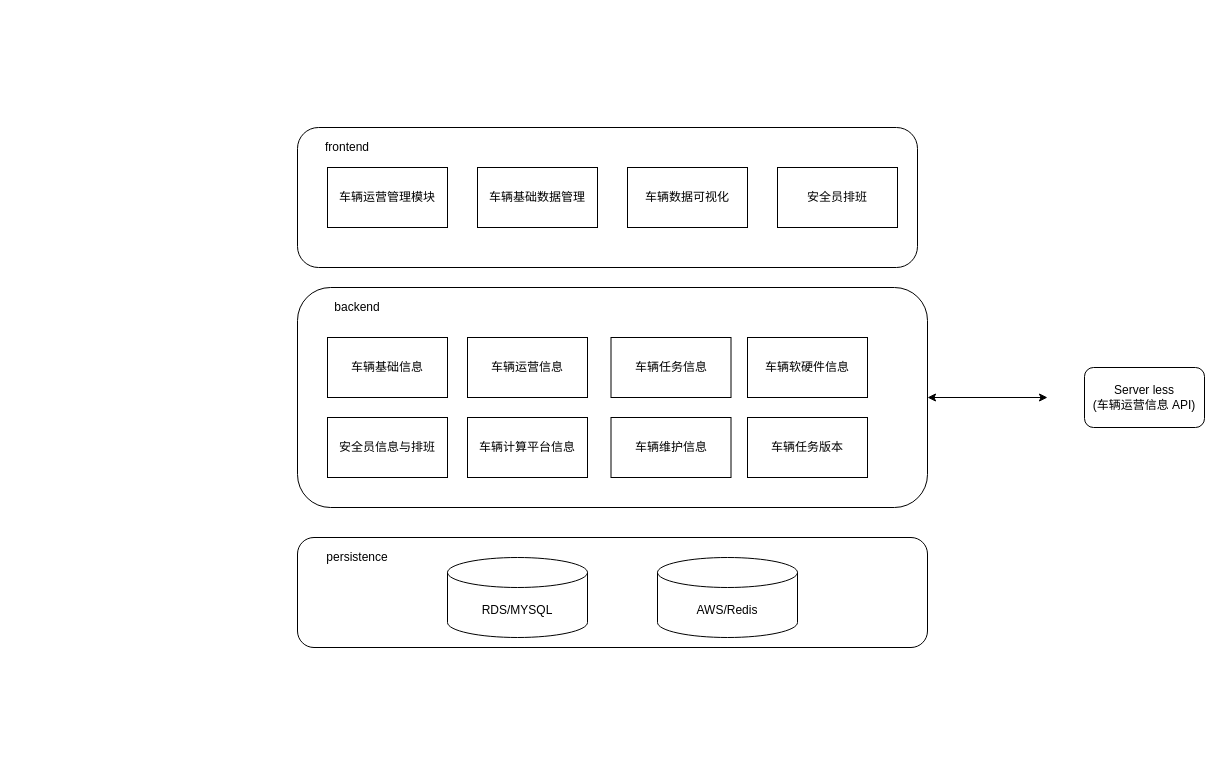
wurh/myDesignDoc keeps this draw.io diagram as 技术栈类型/ridercar_eks_demo.drawio. Above is the earlier version. Source tidied: cells renumbered, new cells numbered last; positions are measured from the earlier drawing's top-left corner, leaving out a move shared by most shapes. Both pictures are drawn from the tidied source at 100%, with x=0, y=0 at pixel (297, 127).
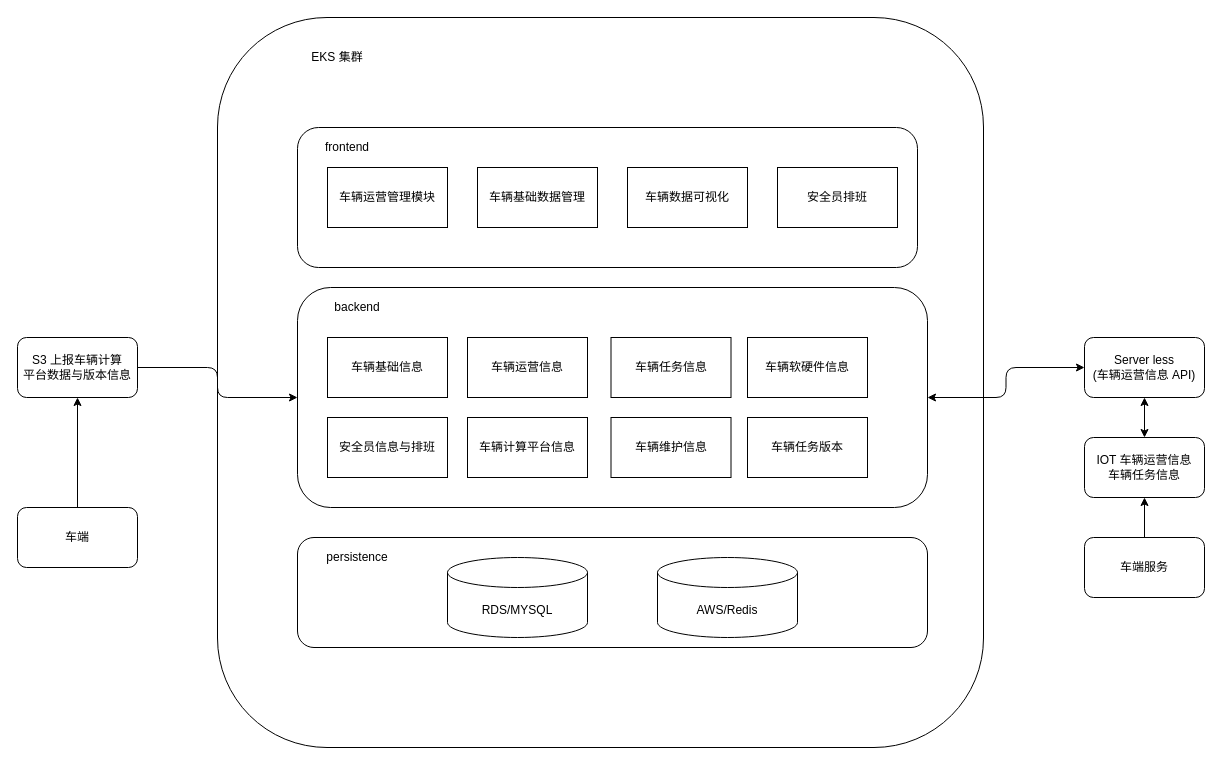
The same diagram, later.

The change refers to these unchanged cells:
```xml
<mxCell id="3" style="rounded=1;whiteSpace=wrap;html=1;" parent="1" vertex="1">
  <mxGeometry y="160" width="630" height="220" as="geometry" />
</mxCell>
```

Change to the diagram source:
```diff
@@
+    <mxCell id="24" style="rounded=1;whiteSpace=wrap;html=1;" parent="1" vertex="1">
+      <mxGeometry x="-80" y="-110" width="766" height="730" as="geometry" />
+    </mxCell>
@@
-    <mxCell id="18" style="endArrow=classic;startArrow=classic;html=1;" parent="1" edge="1" source="3">
-      <mxGeometry relative="1" as="geometry">
-        <mxPoint x="750" y="270" as="targetPoint" />
-      </mxGeometry>
+    <mxCell id="18" style="endArrow=classic;startArrow=classic;html=1;edgeStyle=orthogonalEdgeStyle;" parent="1" edge="1" source="3" target="19">
+      <mxGeometry relative="1" as="geometry" />
     </mxCell>
     <mxCell id="19" value="Server less&lt;br&gt;(车辆运营信息 API)" style="rounded=1;whiteSpace=wrap;html=1;" parent="1" vertex="1">
-      <mxGeometry x="787" y="240" width="120" height="60" as="geometry" />
+      <mxGeometry x="787" y="210" width="120" height="60" as="geometry" />
     </mxCell>
@@
+    <mxCell id="25" value="IOT 车辆运营信息&lt;br&gt;车辆任务信息" style="rounded=1;whiteSpace=wrap;html=1;" parent="1" vertex="1">
+      <mxGeometry x="787" y="310" width="120" height="60" as="geometry" />
+    </mxCell>
+    <mxCell id="26" style="endArrow=classic;startArrow=classic;html=1;entryX=0.5;entryY=1;entryDx=0;entryDy=0;exitX=0.5;exitY=0;exitDx=0;exitDy=0;" parent="1" edge="1" source="25" target="19">
+      <mxGeometry relative="1" as="geometry" />
+    </mxCell>
+    <mxCell id="27" style="edgeStyle=orthogonalEdgeStyle;rounded=0;jettySize=auto;html=1;" parent="1" edge="1" source="28" target="25">
+      <mxGeometry relative="1" as="geometry" />
+    </mxCell>
+    <mxCell id="28" value="车端服务" style="rounded=1;whiteSpace=wrap;html=1;" parent="1" vertex="1">
+      <mxGeometry x="787" y="410" width="120" height="60" as="geometry" />
+    </mxCell>
+    <mxCell id="29" style="edgeStyle=orthogonalEdgeStyle;rounded=0;jettySize=auto;html=1;" parent="1" edge="1" source="30" target="31">
+      <mxGeometry relative="1" as="geometry" />
+    </mxCell>
+    <mxCell id="30" value="车端" style="rounded=1;whiteSpace=wrap;html=1;" parent="1" vertex="1">
+      <mxGeometry x="-280" y="380" width="120" height="60" as="geometry" />
+    </mxCell>
+    <mxCell id="31" value="S3 上报车辆计算&lt;br&gt;平台数据与版本信息" style="rounded=1;whiteSpace=wrap;html=1;" parent="1" vertex="1">
+      <mxGeometry x="-280" y="210" width="120" height="60" as="geometry" />
+    </mxCell>
+    <mxCell id="32" style="endArrow=classic;html=1;exitX=1;exitY=0.5;exitDx=0;exitDy=0;entryX=0;entryY=0.5;entryDx=0;entryDy=0;edgeStyle=orthogonalEdgeStyle;" parent="1" edge="1" source="31" target="3">
+      <mxGeometry relative="1" as="geometry" />
+    </mxCell>
+    <mxCell id="33" value="EKS 集群" style="text;html=1;strokeColor=none;fillColor=none;align=center;verticalAlign=middle;whiteSpace=wrap;rounded=0;" parent="1" vertex="1">
+      <mxGeometry y="-80" width="80" height="20" as="geometry" />
+    </mxCell>
```
